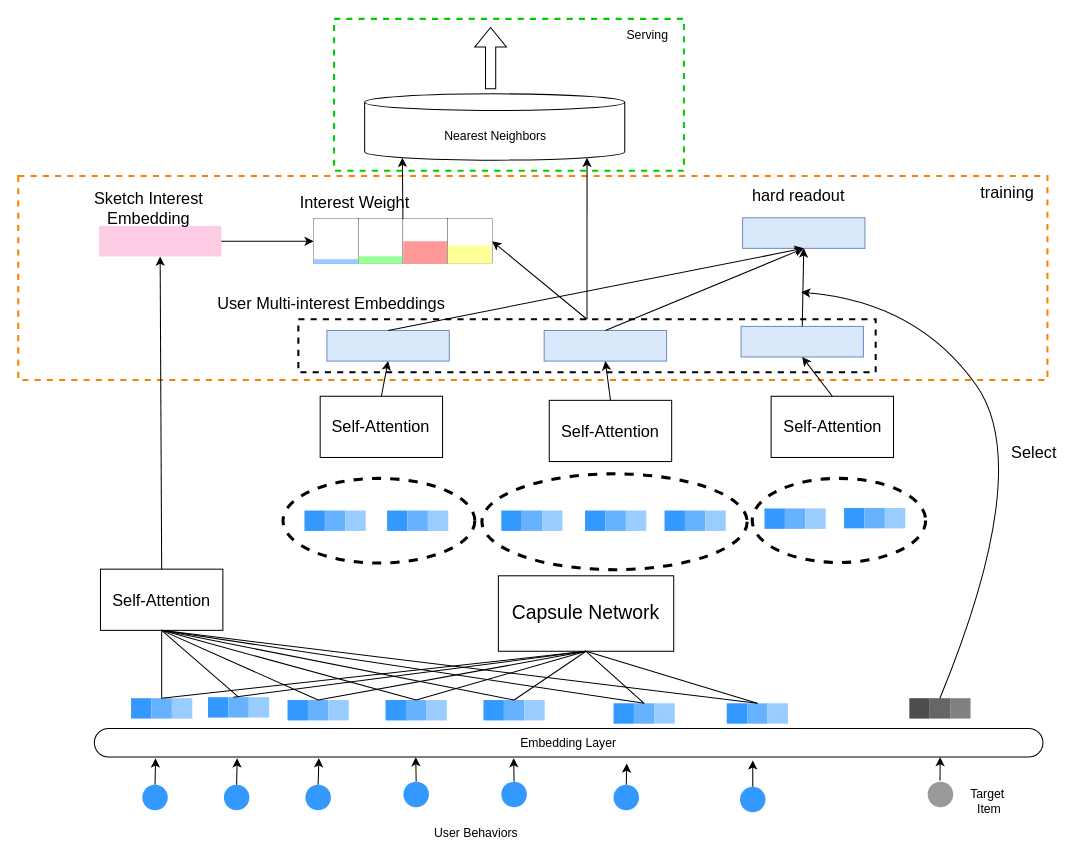
The draw.io diagram 模型结构图.drawio in Alex-Wang3/draw.io-file, before the edit. Source tidied: cells renumbered, new cells numbered last; positions are measured from the earlier drawing's top-left corner, leaving out a move shared by most shapes. Both pictures are drawn from the tidied source at 102%, with x=0, y=0 at pixel (17, 18).
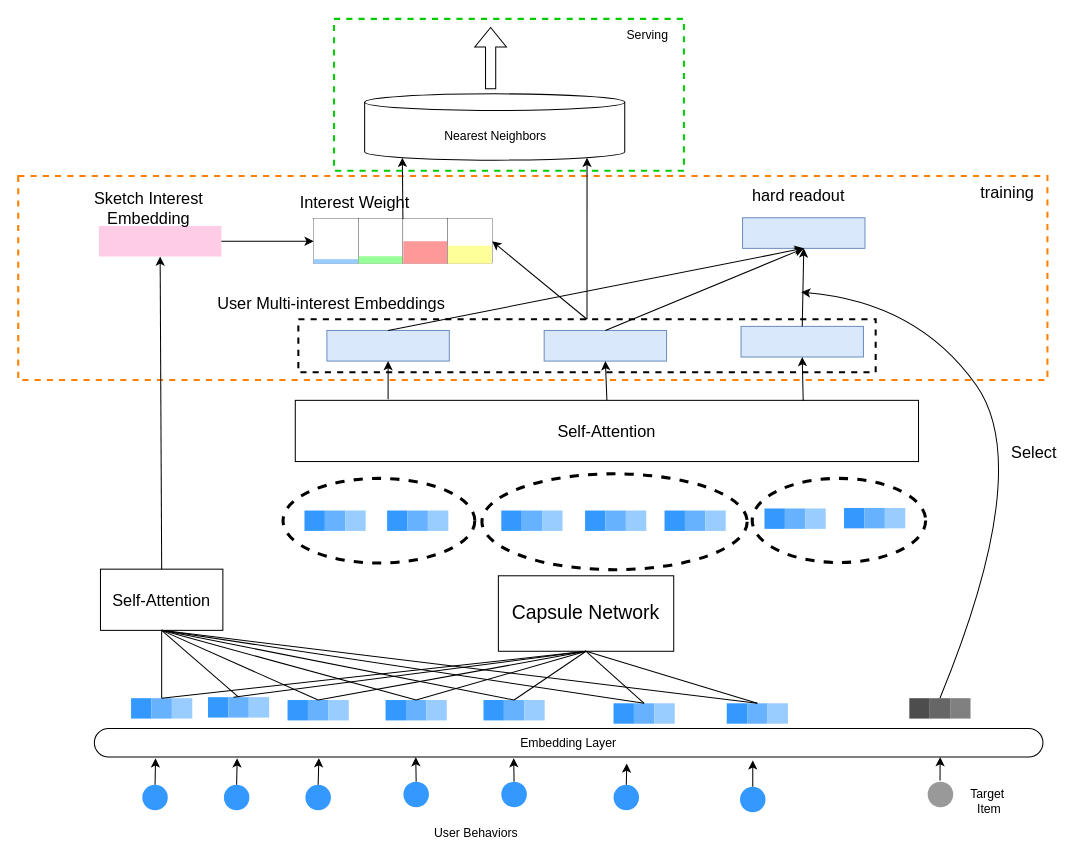
The same page after the edit.

Commit message (it also covers changes not shown here):
更新模型结构图.drawio

The change refers to these unchanged cells:
```xml
<mxCell id="92" style="rounded=0;whiteSpace=wrap;html=1;fillColor=#dae8fc;strokeColor=#6c8ebf;direction=west;flipH=0;flipV=1;" parent="1" vertex="1">
  <mxGeometry x="709" y="301.5" width="120" height="30" as="geometry" />
</mxCell>
<mxCell id="93" style="rounded=0;whiteSpace=wrap;html=1;fillColor=#dae8fc;strokeColor=#6c8ebf;direction=west;flipH=0;flipV=1;" parent="1" vertex="1">
  <mxGeometry x="303" y="305.5" width="120" height="30" as="geometry" />
</mxCell>
```

What changed in the source:
```diff
@@
-    <mxCell id="89" value="Self-Attention" style="rounded=0;whiteSpace=wrap;html=1;fontSize=16;" parent="1" vertex="1">
-      <mxGeometry x="296.4" y="370" width="120" height="60" as="geometry" />
-    </mxCell>
     <mxCell id="90" value="Self-Attention" style="rounded=0;whiteSpace=wrap;html=1;fontSize=16;" parent="1" vertex="1">
-      <mxGeometry x="521" y="374" width="120" height="60" as="geometry" />
+      <mxGeometry x="272" y="374" width="611" height="60" as="geometry" />
     </mxCell>
-    <mxCell id="91" value="Self-Attention" style="rounded=0;whiteSpace=wrap;html=1;fontSize=16;" parent="1" vertex="1">
-      <mxGeometry x="738.5" y="370" width="120" height="60" as="geometry" />
-    </mxCell>
@@
-    <mxCell id="107" style="endArrow=classic;html=1;rounded=0;entryX=0.5;entryY=0;entryDx=0;entryDy=0;exitX=0.5;exitY=0;exitDx=0;exitDy=0;" parent="1" edge="1" source="89" target="93">
-      <mxGeometry relative="1" as="geometry" />
+    <mxCell id="107" style="endArrow=classic;html=1;rounded=0;entryX=0.5;entryY=0;entryDx=0;entryDy=0;" parent="1" edge="1" target="93">
+      <mxGeometry relative="1" as="geometry">
+        <mxPoint x="363" y="373" as="sourcePoint" />
+      </mxGeometry>
     </mxCell>
@@
-    <mxCell id="109" style="endArrow=classic;html=1;rounded=0;entryX=0.5;entryY=0;entryDx=0;entryDy=0;exitX=0.5;exitY=0;exitDx=0;exitDy=0;" parent="1" edge="1" source="91" target="92">
+    <mxCell id="109" style="endArrow=classic;html=1;rounded=0;entryX=0.5;entryY=0;entryDx=0;entryDy=0;exitX=0.815;exitY=0.009;exitDx=0;exitDy=0;exitPerimeter=0;" parent="1" edge="1" source="90" target="92">
       <mxGeometry relative="1" as="geometry" />
     </mxCell>
```
